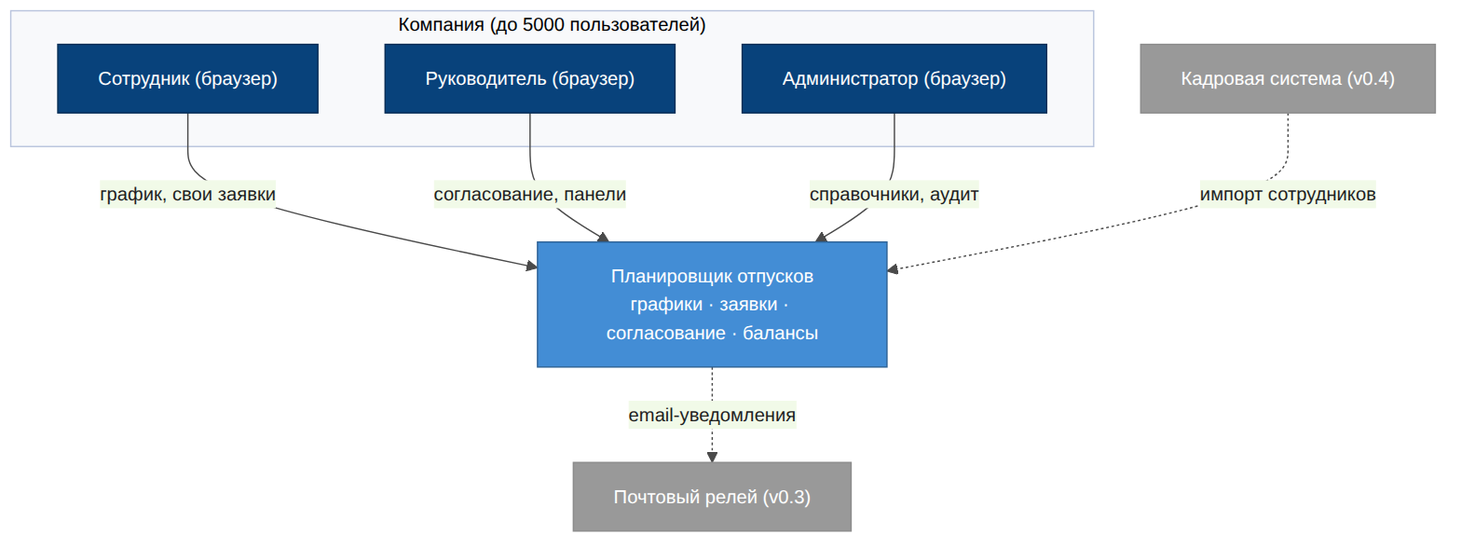
Earlier version of the Mermaid export docs/specs/diagrams/01-c1-context.png (ayurasov/vacation-planner). Its source is kept beside it as tools/diagrams/src/01-c1-context.mmd.
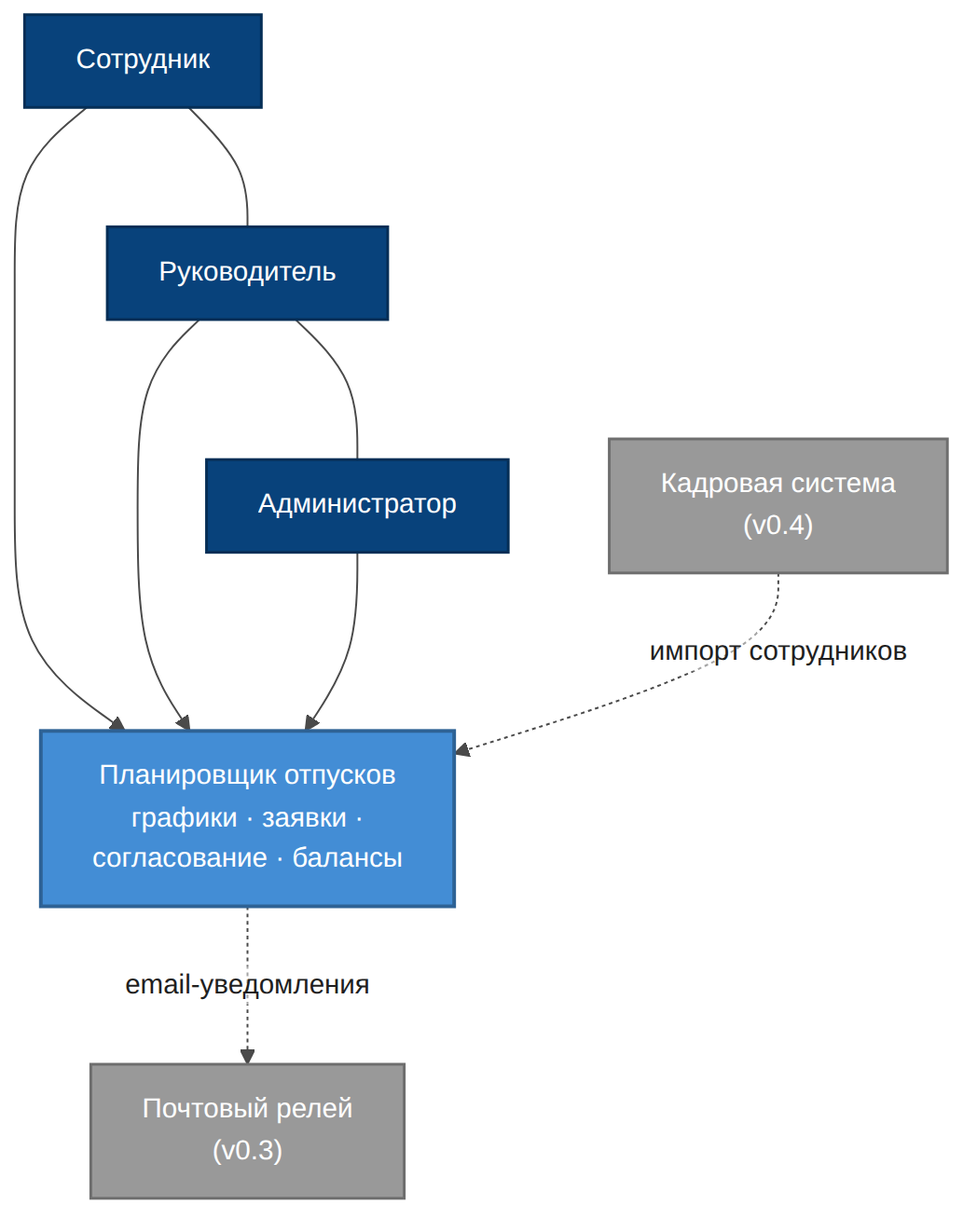
Above is the later version.

Diff of the diagram source:
```diff
@@ -1,20 +1,18 @@
 flowchart TB
-    subgraph company["Компания (до 5000 пользователей)"]
-        E["Сотрудник (браузер)"]
-        M["Руководитель (браузер)"]
-        A["Администратор (браузер)"]
-    end
-    VP["Планировщик отпусков<br/>графики · заявки · согласование · балансы"]
-    MAIL["Почтовый релей (v0.3)"]
-    HRIS["Кадровая система (v0.4)"]
-    E -->|"график, свои заявки"| VP
-    M -->|"согласование, панели"| VP
-    A -->|"справочники, аудит"| VP
-    VP -.->|"email-уведомления"| MAIL
-    HRIS -.->|"импорт сотрудников"| VP
-    classDef person fill:#08427B,color:#fff,stroke:#052E56
-    classDef system fill:#438DD5,color:#fff,stroke:#2E6295
-    classDef external fill:#999999,color:#fff,stroke:#8C8C8C
+    E["Сотрудник"]
+    M["Руководитель"]
+    A["Администратор"]
+    VP["Планировщик отпусков<br/>графики · заявки ·<br/>согласование · балансы"]
+    MAIL["Почтовый релей<br/>(v0.3)"]
+    HRIS["Кадровая система<br/>(v0.4)"]
+    E --- M
+    M --- A
+    E & M & A --> VP
+    VP -.->|email-уведомления| MAIL
+    HRIS -.->|импорт сотрудников| VP
+    classDef person fill:#08427B,color:#fff,stroke:#052E56,stroke-width:1.5px
+    classDef system fill:#438DD5,color:#fff,stroke:#2E6295,stroke-width:2px
+    classDef external fill:#999999,color:#fff,stroke:#6E6E6E,stroke-width:1.5px
     class E,M,A person
     class VP system
     class MAIL,HRIS external
```
